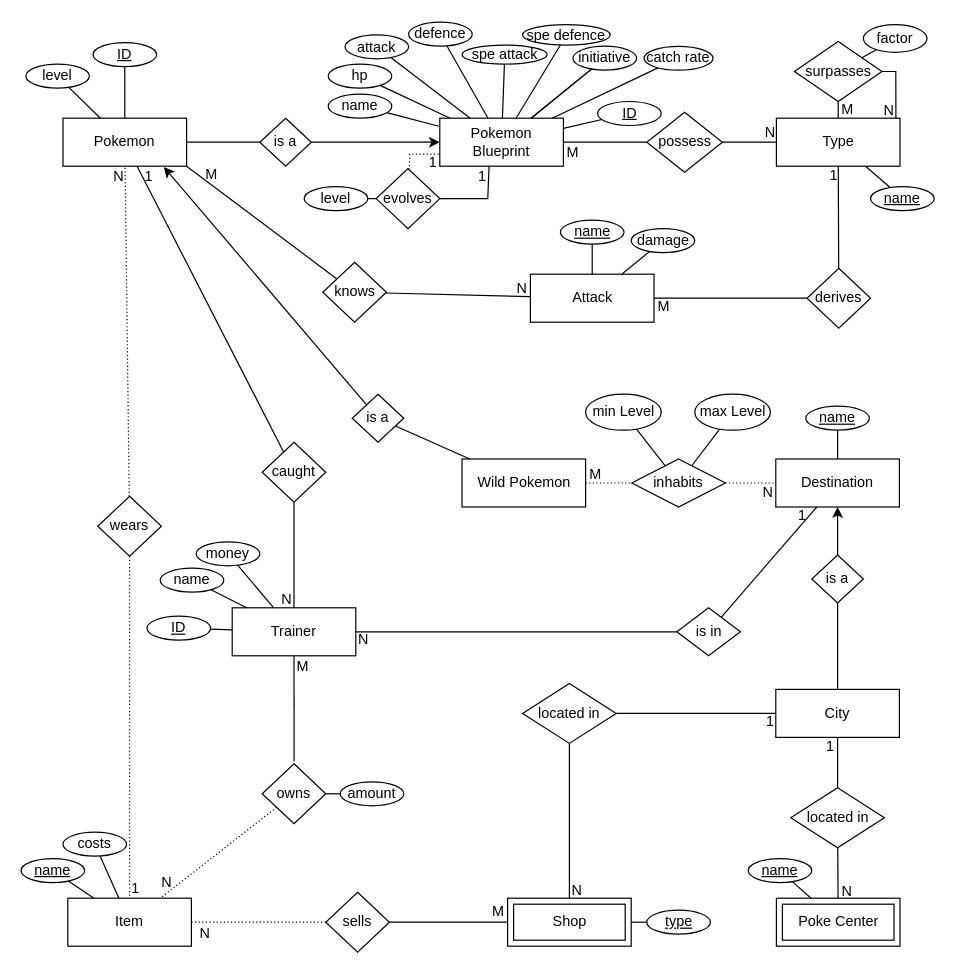
Before: Projekt/Pokemon Scuffed Grey.drawio in mypictur3esforu/Pokemon-Scuffed-Grey, a draw.io diagram. Source tidied: cells renumbered, new cells numbered last; positions are measured from the earlier drawing's top-left corner, leaving out a move shared by most shapes. Both pictures are drawn from the tidied source at 120%, with x=0, y=0 at pixel (20, 22).
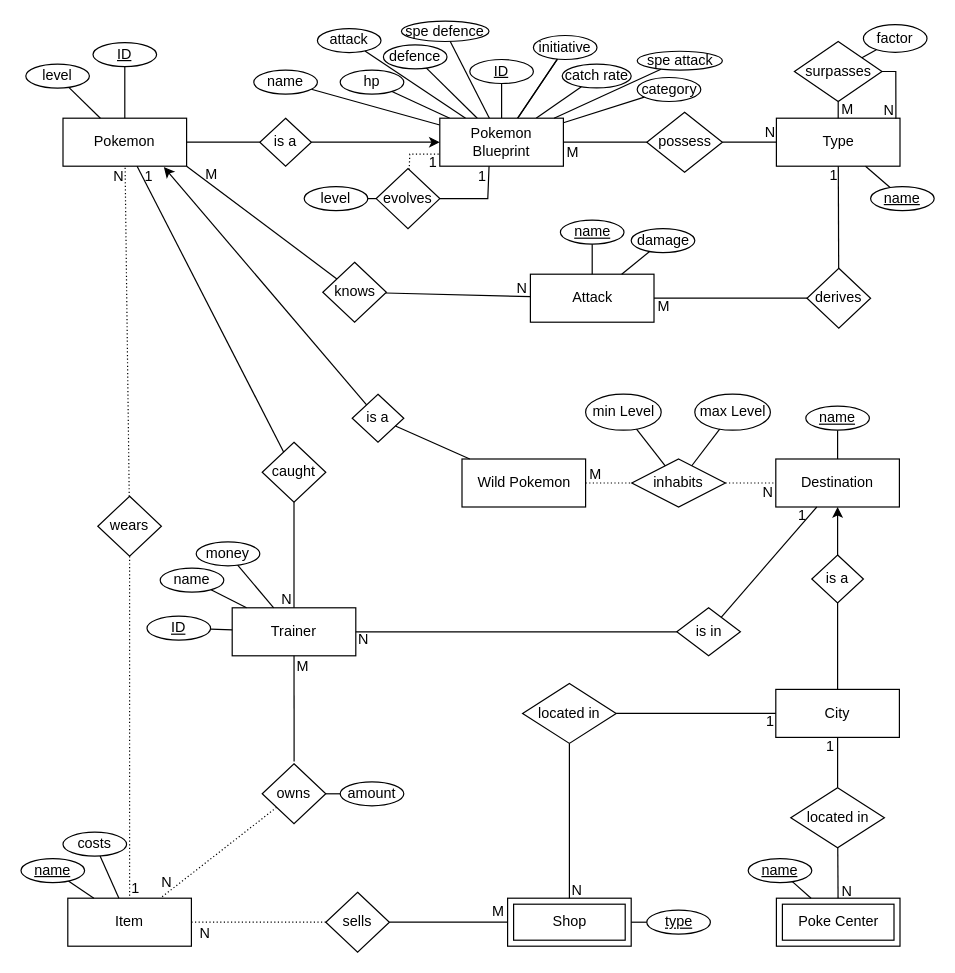
The same diagram, later.

Commit message (it also covers changes not shown here):
Pokemon Blueprints Data added

The change refers to these unchanged cells:
```xml
<mxCell id="128" value="Pokemon Blueprint" style="whiteSpace=wrap;html=1;align=center;" parent="1" vertex="1">
  <mxGeometry x="349" y="80" width="103" height="40" as="geometry" />
</mxCell>
```

What changed in the source:
```diff
@@
     <mxCell id="75" value="hp" style="ellipse;whiteSpace=wrap;html=1;align=center;" parent="1" vertex="1">
-      <mxGeometry x="256" y="34.9" width="53" height="20" as="geometry" />
+      <mxGeometry x="266" y="40" width="53" height="20" as="geometry" />
     </mxCell>
@@
     <mxCell id="77" value="attack" style="ellipse;whiteSpace=wrap;html=1;align=center;" parent="1" vertex="1">
-      <mxGeometry x="270" y="10.5" width="53" height="20" as="geometry" />
+      <mxGeometry x="247" y="5.3" width="53" height="20" as="geometry" />
     </mxCell>
@@
     <mxCell id="79" value="defence" style="ellipse;whiteSpace=wrap;html=1;align=center;" parent="1" vertex="1">
-      <mxGeometry x="323" width="53" height="20" as="geometry" />
+      <mxGeometry x="302" y="18.9" width="53" height="20" as="geometry" />
     </mxCell>
@@
     <mxCell id="86" value="name" style="ellipse;whiteSpace=wrap;html=1;align=center;" parent="1" vertex="1">
-      <mxGeometry x="256" y="60" width="53" height="20" as="geometry" />
+      <mxGeometry x="194" y="40" width="53" height="20" as="geometry" />
     </mxCell>
@@
     <mxCell id="135" value="spe defence" style="ellipse;whiteSpace=wrap;html=1;align=center;" parent="1" vertex="1">
-      <mxGeometry x="418" y="2.1" width="73" height="17" as="geometry" />
+      <mxGeometry x="317" y="-0.9" width="73" height="17" as="geometry" />
     </mxCell>
@@
     <mxCell id="137" value="spe attack" style="ellipse;whiteSpace=wrap;html=1;align=center;" parent="1" vertex="1">
-      <mxGeometry x="367.5" y="19.1" width="71" height="15.8" as="geometry" />
+      <mxGeometry x="513.5" y="24.2" width="71" height="15.8" as="geometry" />
     </mxCell>
@@
     <mxCell id="139" value="ID" style="ellipse;whiteSpace=wrap;html=1;align=center;fontStyle=4;" parent="1" vertex="1">
-      <mxGeometry x="480.5" y="66.1" width="53" height="20" as="geometry" />
+      <mxGeometry x="374" y="31.1" width="53" height="20" as="geometry" />
     </mxCell>
@@
     <mxCell id="141" value="initiative" style="ellipse;whiteSpace=wrap;html=1;align=center;" parent="1" vertex="1">
-      <mxGeometry x="460" y="20" width="53" height="20" as="geometry" />
+      <mxGeometry x="427" y="11.1" width="53" height="20" as="geometry" />
     </mxCell>
     <mxCell id="142" value="catch rate" style="ellipse;whiteSpace=wrap;html=1;align=center;" parent="1" vertex="1">
-      <mxGeometry x="519.2" y="20.1" width="57.5" height="19.9" as="geometry" />
+      <mxGeometry x="451" y="34.9" width="57.5" height="19.9" as="geometry" />
     </mxCell>
+    <mxCell id="143" value="category" style="ellipse;whiteSpace=wrap;html=1;align=center;" parent="1" vertex="1">
+      <mxGeometry x="513.5" y="46.1" width="53" height="20" as="geometry" />
+    </mxCell>
+    <mxCell id="144" style="endArrow=none;html=1;rounded=0;elbow=vertical;" parent="1" edge="1" source="143" target="128">
+      <mxGeometry relative="1" as="geometry" />
+    </mxCell>
```
